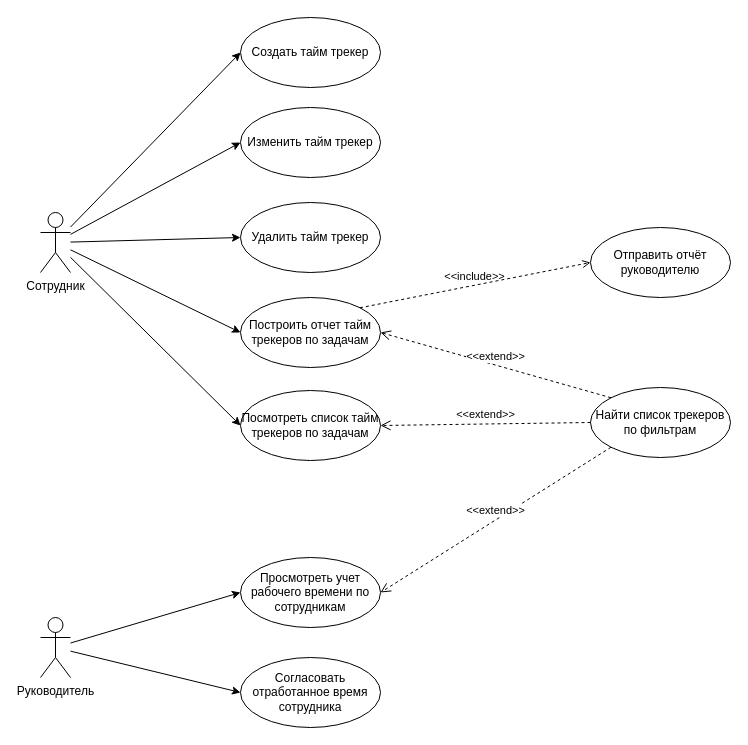
Fox5113/corporate-social-system keeps this draw.io diagram as Description/TimeTrackingWorkSystem/TimeTrackingWorkSystem.drawio. Above is the earlier version. Source tidied: cells renumbered, new cells numbered last; positions are measured from the earlier drawing's top-left corner, leaving out a move shared by most shapes. Both pictures are drawn from the tidied source at 100%, with x=0, y=0 at pixel (40, 17).
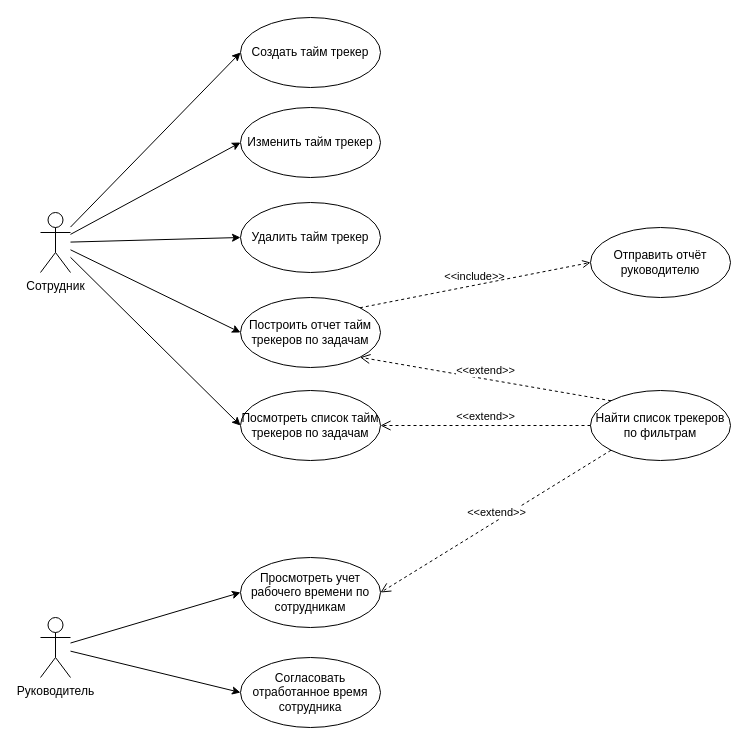
The same page after the edit.

Unchanged cells that the change refers to:
```xml
<mxCell id="15" value="Построить отчет тайм трекеров по задачам" style="ellipse;whiteSpace=wrap;html=1;" parent="1" vertex="1">
  <mxGeometry x="200" y="280" width="140" height="70" as="geometry" />
</mxCell>
```

Change to the diagram source:
```diff
@@
     <mxCell id="11" value="Найти список трекеров по фильтрам" style="ellipse;whiteSpace=wrap;html=1;" parent="1" vertex="1">
-      <mxGeometry x="550" y="370" width="140" height="70" as="geometry" />
+      <mxGeometry x="550" y="373" width="140" height="70" as="geometry" />
     </mxCell>
@@
-    <mxCell id="13" value="&amp;lt;&amp;lt;extend&amp;gt;&amp;gt;" style="html=1;verticalAlign=bottom;endArrow=open;dashed=1;endSize=8;curved=0;rounded=0;entryX=1;entryY=0.5;entryDx=0;entryDy=0;exitX=0;exitY=0;exitDx=0;exitDy=0;" parent="1" edge="1" source="11" target="15">
+    <mxCell id="13" value="&amp;lt;&amp;lt;extend&amp;gt;&amp;gt;" style="html=1;verticalAlign=bottom;endArrow=open;dashed=1;endSize=8;curved=0;rounded=0;entryX=1;entryY=1;entryDx=0;entryDy=0;exitX=0;exitY=0;exitDx=0;exitDy=0;" parent="1" edge="1" source="11" target="15">
       <mxGeometry relative="1" as="geometry" />
     </mxCell>
```
